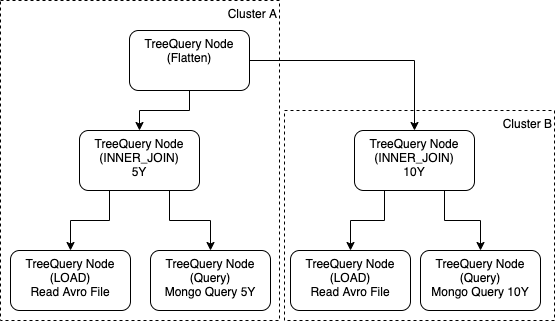
This is resource/TreeQueryArchitectureCluster.png from pawarashish564/TreeQuery, a draw.io export, as it was before one commit. Source tidied: cells renumbered, new cells last; positions are measured from the earlier drawing's top-left corner, leaving out a move shared by most shapes.
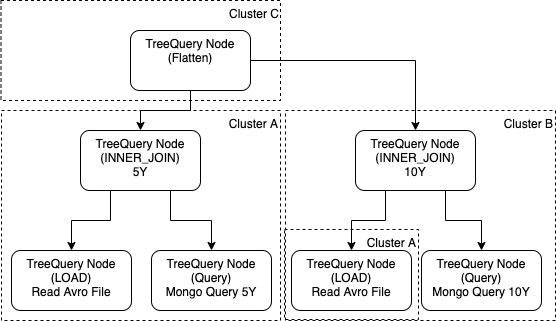
After the commit.

Commit message:
Remove cluster dependency finish

What changed in the source:
```diff
@@ -6,7 +6,7 @@
       <mxGeometry x="284" y="110" width="270" height="210" as="geometry" />
     </mxCell>
     <mxCell id="3" value="Cluster A" style="rounded=0;whiteSpace=wrap;html=1;fillColor=none;dashed=1;verticalAlign=top;align=right;" parent="1" vertex="1">
-      <mxGeometry width="279" height="320" as="geometry" />
+      <mxGeometry y="110" width="279" height="210" as="geometry" />
     </mxCell>
     <mxCell id="4" style="edgeStyle=orthogonalEdgeStyle;rounded=0;jettySize=auto;html=1;entryX=0.5;entryY=0;entryDx=0;entryDy=0;" parent="1" edge="1" source="6" target="9">
       <mxGeometry relative="1" as="geometry" />
@@ -29,9 +29,6 @@
     <mxCell id="10" value="TreeQuery Node&lt;br&gt;(LOAD)&lt;br&gt;Read Avro File" style="rounded=1;whiteSpace=wrap;html=1;verticalAlign=top;" parent="1" vertex="1">
       <mxGeometry x="10" y="250" width="120" height="60" as="geometry" />
     </mxCell>
-    <mxCell id="11" style="edgeStyle=orthogonalEdgeStyle;rounded=0;jettySize=auto;html=1;exitX=0.25;exitY=1;exitDx=0;exitDy=0;" parent="1" edge="1" source="13" target="15">
-      <mxGeometry relative="1" as="geometry" />
-    </mxCell>
     <mxCell id="12" style="edgeStyle=orthogonalEdgeStyle;rounded=0;jettySize=auto;html=1;entryX=0.5;entryY=0;entryDx=0;entryDy=0;exitX=0.75;exitY=1;exitDx=0;exitDy=0;" parent="1" edge="1" source="13" target="16">
       <mxGeometry relative="1" as="geometry" />
     </mxCell>
@@ -47,5 +44,14 @@
     <mxCell id="16" value="TreeQuery Node&lt;br&gt;(Query)&lt;br&gt;Mongo Query 10Y" style="rounded=1;whiteSpace=wrap;html=1;verticalAlign=top;" parent="1" vertex="1">
       <mxGeometry x="420" y="250" width="120" height="60" as="geometry" />
     </mxCell>
+    <mxCell id="17" value="Cluster C" style="rounded=0;whiteSpace=wrap;html=1;fillColor=none;dashed=1;verticalAlign=top;align=right;" parent="1" vertex="1">
+      <mxGeometry x="-0.5" width="279.5" height="100" as="geometry" />
+    </mxCell>
+    <mxCell id="18" value="Cluster A" style="rounded=0;whiteSpace=wrap;html=1;fillColor=none;dashed=1;verticalAlign=top;align=right;" parent="1" vertex="1">
+      <mxGeometry x="283" y="229" width="134" height="90" as="geometry" />
+    </mxCell>
+    <mxCell id="11" style="edgeStyle=orthogonalEdgeStyle;rounded=0;jettySize=auto;html=1;exitX=0.25;exitY=1;exitDx=0;exitDy=0;entryX=0.5;entryY=0;entryDx=0;entryDy=0;" parent="1" edge="1" source="13" target="15">
+      <mxGeometry relative="1" as="geometry" />
+    </mxCell>
   </root>
 </mxGraphModel>
```
